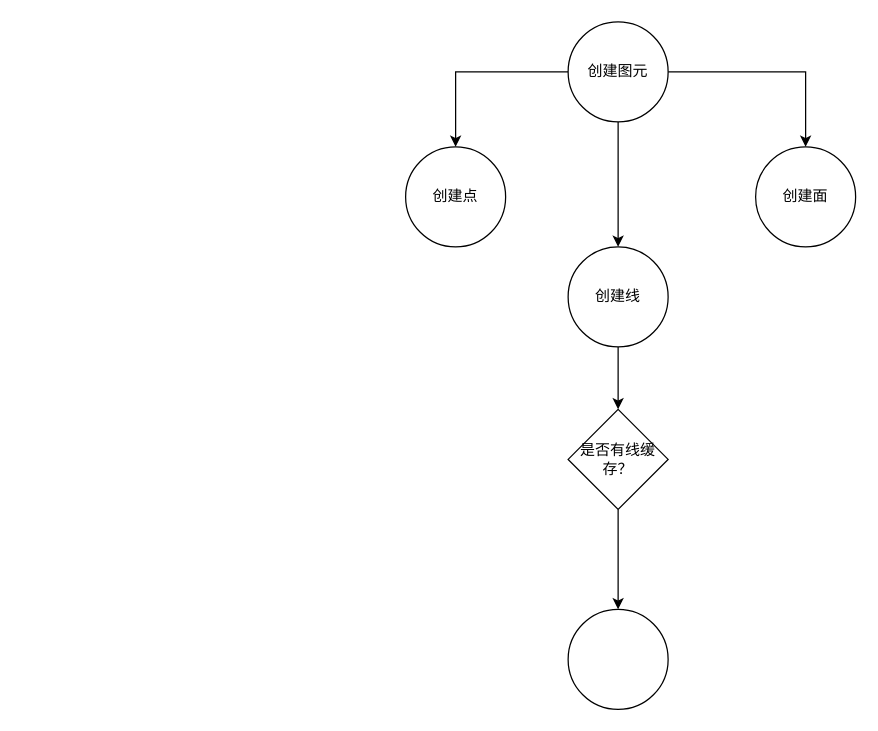
The draw.io diagram 未命名绘图.drawio in Harekaze-Misakiakeno/uml, before the edit. Source tidied: cells renumbered, new cells numbered last; positions are measured from the earlier drawing's top-left corner, leaving out a move shared by most shapes. Both pictures are drawn from the tidied source at 125%, with x=0, y=0 at pixel (405, 21).
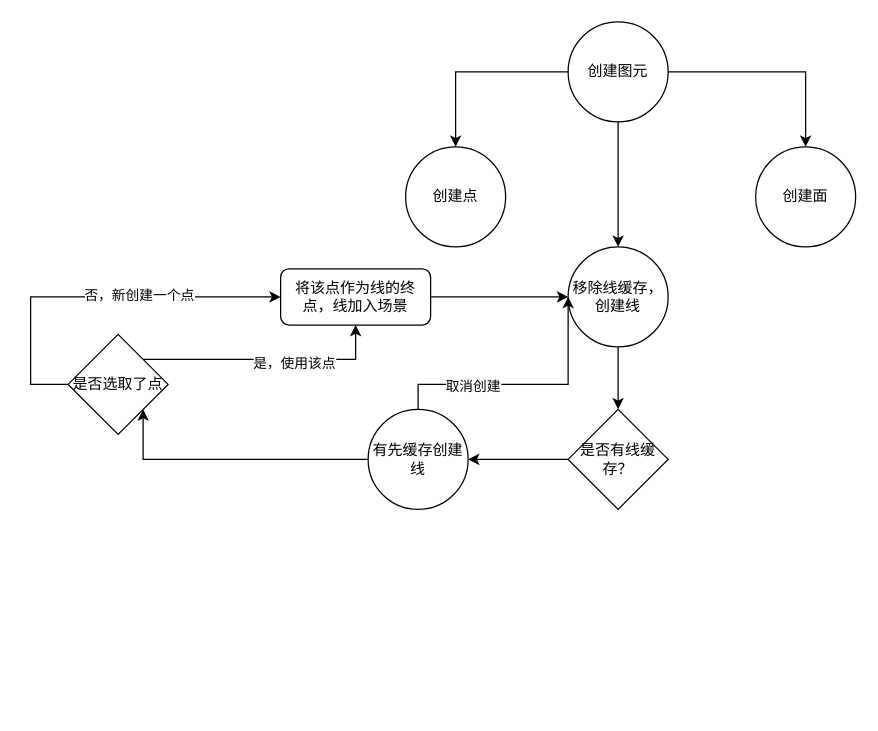
The same diagram, later.

Commit message (it also covers changes not shown here):
更新未命名绘图.drawio

Change to the diagram source:
```diff
@@
-    <mxCell id="8" value="创建线" style="ellipse;whiteSpace=wrap;html=1;" parent="1" vertex="1">
+    <mxCell id="8" value="移除线缓存，创建线" style="ellipse;whiteSpace=wrap;html=1;" parent="1" vertex="1">
       <mxGeometry x="130" y="180" width="80" height="80" as="geometry" />
     </mxCell>
@@
+    <mxCell id="13" style="edgeStyle=orthogonalEdgeStyle;rounded=0;jettySize=auto;html=1;entryX=0;entryY=0.5;entryDx=0;entryDy=0;" parent="1" edge="1" source="12" target="8">
+      <mxGeometry relative="1" as="geometry">
+        <Array as="points">
+          <mxPoint x="10" y="290" />
+          <mxPoint x="130" y="290" />
+        </Array>
+      </mxGeometry>
+    </mxCell>
+    <mxCell id="14" value="取消创建" style="edgeLabel;html=1;align=center;verticalAlign=middle;" parent="13" vertex="1">
+      <mxGeometry x="-0.4" y="-1" relative="1" as="geometry" />
+    </mxCell>
+    <mxCell id="15" style="edgeStyle=orthogonalEdgeStyle;rounded=0;jettySize=auto;html=1;" parent="1" edge="1" source="12" target="20">
+      <mxGeometry relative="1" as="geometry">
+        <Array as="points">
+          <mxPoint x="-210" y="350" />
+        </Array>
+      </mxGeometry>
+    </mxCell>
-    <mxCell id="12" style="ellipse;whiteSpace=wrap;html=1;spacing=5;" parent="1" vertex="1">
-      <mxGeometry x="130" y="470" width="80" height="80" as="geometry" />
+    <mxCell id="12" value="有先缓存创建线" style="ellipse;whiteSpace=wrap;html=1;spacing=5;" parent="1" vertex="1">
+      <mxGeometry x="-30" y="310" width="80" height="80" as="geometry" />
     </mxCell>
+    <mxCell id="16" style="edgeStyle=orthogonalEdgeStyle;rounded=0;jettySize=auto;html=1;entryX=0;entryY=0.5;entryDx=0;entryDy=0;exitX=0;exitY=0.5;exitDx=0;exitDy=0;" parent="1" edge="1" source="20" target="22">
+      <mxGeometry relative="1" as="geometry">
+        <Array as="points">
+          <mxPoint x="-300" y="270" />
+          <mxPoint x="-300" y="220" />
+          <mxPoint x="-110" y="220" />
+        </Array>
+      </mxGeometry>
+    </mxCell>
+    <mxCell id="17" value="否，新创建一个点" style="edgeLabel;html=1;align=center;verticalAlign=middle;" parent="16" vertex="1">
+      <mxGeometry x="0.24" y="2" relative="1" as="geometry" />
+    </mxCell>
+    <mxCell id="18" style="edgeStyle=orthogonalEdgeStyle;rounded=0;jettySize=auto;html=1;" parent="1" edge="1" source="20" target="22">
+      <mxGeometry relative="1" as="geometry">
+        <Array as="points">
+          <mxPoint x="-40" y="270" />
+        </Array>
+      </mxGeometry>
+    </mxCell>
+    <mxCell id="19" value="是，使用该点" style="edgeLabel;html=1;align=center;verticalAlign=middle;" parent="18" vertex="1">
+      <mxGeometry x="0.22" y="-2" relative="1" as="geometry" />
+    </mxCell>
+    <mxCell id="20" value="是否选取了点" style="rhombus;whiteSpace=wrap;html=1;spacing=5;" parent="1" vertex="1">
+      <mxGeometry x="-270" y="250" width="80" height="80" as="geometry" />
+    </mxCell>
+    <mxCell id="21" style="edgeStyle=orthogonalEdgeStyle;rounded=0;jettySize=auto;html=1;entryX=0;entryY=0.5;entryDx=0;entryDy=0;" parent="1" edge="1" source="22" target="8">
+      <mxGeometry relative="1" as="geometry" />
+    </mxCell>
+    <mxCell id="22" value="将该点作为线的终点，线加入场景" style="rounded=1;whiteSpace=wrap;html=1;spacing=5;" parent="1" vertex="1">
+      <mxGeometry x="-100" y="197.5" width="120" height="45" as="geometry" />
+    </mxCell>
```
